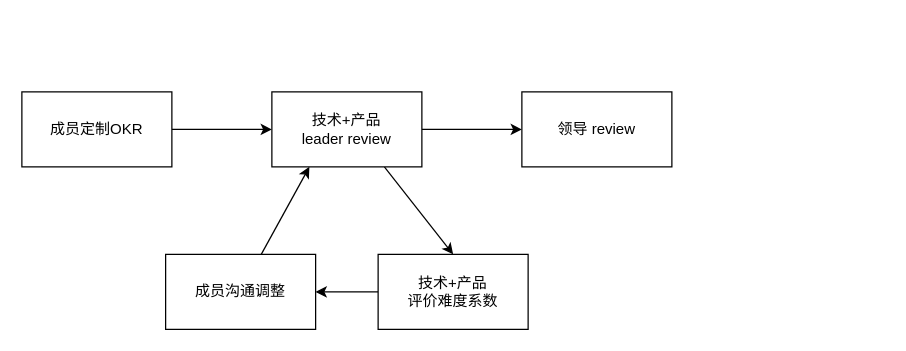
The draw.io diagram OKR.drawio in chenjinying1988/diagrams, before the edit. Source tidied: cells renumbered, new cells numbered last; positions are measured from the earlier drawing's top-left corner, leaving out a move shared by most shapes. Both pictures are drawn from the tidied source at 125%, with x=0, y=0 at pixel (21, 91).
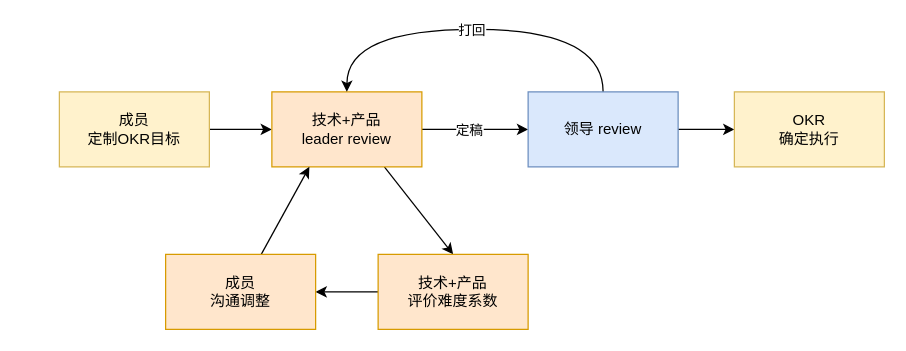
The same diagram, later.

The edit, as a diff of the source:
```diff
@@
 <mxGraphModel>
   <root>
     <mxCell id="0" />
     <mxCell id="1" parent="0" />
     <mxCell id="2" style="edgeStyle=orthogonalEdgeStyle;rounded=0;jettySize=auto;html=1;entryX=0;entryY=0.5;entryDx=0;entryDy=0;" parent="1" edge="1" source="3" target="6">
       <mxGeometry relative="1" as="geometry" />
     </mxCell>
-    <mxCell id="3" value="&lt;span&gt;成员定制OKR&lt;/span&gt;" style="whiteSpace=wrap;html=1;" parent="1" vertex="1">
-      <mxGeometry width="120" height="60" as="geometry" />
+    <mxCell id="3" value="&lt;span&gt;成员&lt;br&gt;定制OKR目标&lt;/span&gt;" style="whiteSpace=wrap;html=1;fillColor=#fff2cc;strokeColor=#d6b656;" parent="1" vertex="1">
+      <mxGeometry x="30" width="120" height="60" as="geometry" />
     </mxCell>
     <mxCell id="4" style="rounded=0;jettySize=auto;html=1;exitX=0.75;exitY=1;exitDx=0;exitDy=0;entryX=0.5;entryY=0;entryDx=0;entryDy=0;" parent="1" edge="1" source="6" target="8">
       <mxGeometry relative="1" as="geometry" />
     </mxCell>
     <mxCell id="5" style="edgeStyle=none;rounded=0;jettySize=auto;html=1;entryX=0;entryY=0.5;entryDx=0;entryDy=0;" parent="1" edge="1" source="6" target="11">
       <mxGeometry relative="1" as="geometry" />
     </mxCell>
+    <mxCell id="12" value="定稿" style="edgeLabel;html=1;align=center;verticalAlign=middle;" parent="5" vertex="1">
+      <mxGeometry x="-0.13" y="-1" relative="1" as="geometry">
+        <mxPoint y="-1" as="offset" />
+      </mxGeometry>
+    </mxCell>
-    <mxCell id="6" value="技术+产品&lt;br&gt;leader review" style="whiteSpace=wrap;html=1;" parent="1" vertex="1">
+    <mxCell id="6" value="技术+产品&lt;br&gt;leader review" style="whiteSpace=wrap;html=1;fillColor=#ffe6cc;strokeColor=#d79b00;" parent="1" vertex="1">
       <mxGeometry x="200" width="120" height="60" as="geometry" />
     </mxCell>
     <mxCell id="7" style="edgeStyle=orthogonalEdgeStyle;rounded=0;jettySize=auto;html=1;entryX=1;entryY=0.5;entryDx=0;entryDy=0;" parent="1" edge="1" source="8" target="10">
       <mxGeometry relative="1" as="geometry" />
     </mxCell>
-    <mxCell id="8" value="技术+产品&lt;br&gt;评价难度系数" style="whiteSpace=wrap;html=1;" parent="1" vertex="1">
+    <mxCell id="8" value="技术+产品&lt;br&gt;评价难度系数" style="whiteSpace=wrap;html=1;fillColor=#ffe6cc;strokeColor=#d79b00;" parent="1" vertex="1">
       <mxGeometry x="285" y="130" width="120" height="60" as="geometry" />
     </mxCell>
     <mxCell id="9" style="rounded=0;jettySize=auto;html=1;entryX=0.25;entryY=1;entryDx=0;entryDy=0;" parent="1" edge="1" source="10" target="6">
       <mxGeometry relative="1" as="geometry" />
     </mxCell>
-    <mxCell id="10" value="成员沟通调整" style="whiteSpace=wrap;html=1;" parent="1" vertex="1">
+    <mxCell id="10" value="成员&lt;br&gt;沟通调整" style="whiteSpace=wrap;html=1;fillColor=#ffe6cc;strokeColor=#d79b00;" parent="1" vertex="1">
       <mxGeometry x="115" y="130" width="120" height="60" as="geometry" />
     </mxCell>
+    <mxCell id="13" style="edgeStyle=orthogonalEdgeStyle;rounded=0;jettySize=auto;html=1;entryX=0.5;entryY=0;entryDx=0;entryDy=0;curved=1;exitX=0.5;exitY=0;exitDx=0;exitDy=0;" parent="1" edge="1" source="11" target="6">
+      <mxGeometry relative="1" as="geometry">
+        <Array as="points">
+          <mxPoint x="465" y="-50" />
+          <mxPoint x="260" y="-50" />
+        </Array>
+      </mxGeometry>
+    </mxCell>
+    <mxCell id="14" value="打回" style="edgeLabel;html=1;align=center;verticalAlign=middle;" parent="13" vertex="1">
+      <mxGeometry x="0.02" y="3" relative="1" as="geometry">
+        <mxPoint y="-3" as="offset" />
+      </mxGeometry>
+    </mxCell>
+    <mxCell id="15" style="edgeStyle=orthogonalEdgeStyle;curved=1;rounded=0;jettySize=auto;html=1;entryX=0;entryY=0.5;entryDx=0;entryDy=0;" parent="1" edge="1" source="11" target="16">
+      <mxGeometry relative="1" as="geometry" />
+    </mxCell>
-    <mxCell id="11" value="领导 review" style="whiteSpace=wrap;html=1;" parent="1" vertex="1">
-      <mxGeometry x="400" width="120" height="60" as="geometry" />
+    <mxCell id="11" value="领导 review" style="whiteSpace=wrap;html=1;fillColor=#dae8fc;strokeColor=#6c8ebf;" parent="1" vertex="1">
+      <mxGeometry x="405" width="120" height="60" as="geometry" />
     </mxCell>
+    <mxCell id="16" value="OKR&lt;br&gt;确定执行" style="whiteSpace=wrap;html=1;fillColor=#fff2cc;strokeColor=#d6b656;" parent="1" vertex="1">
+      <mxGeometry x="570" width="120" height="60" as="geometry" />
+    </mxCell>
   </root>
 </mxGraphModel>
```
